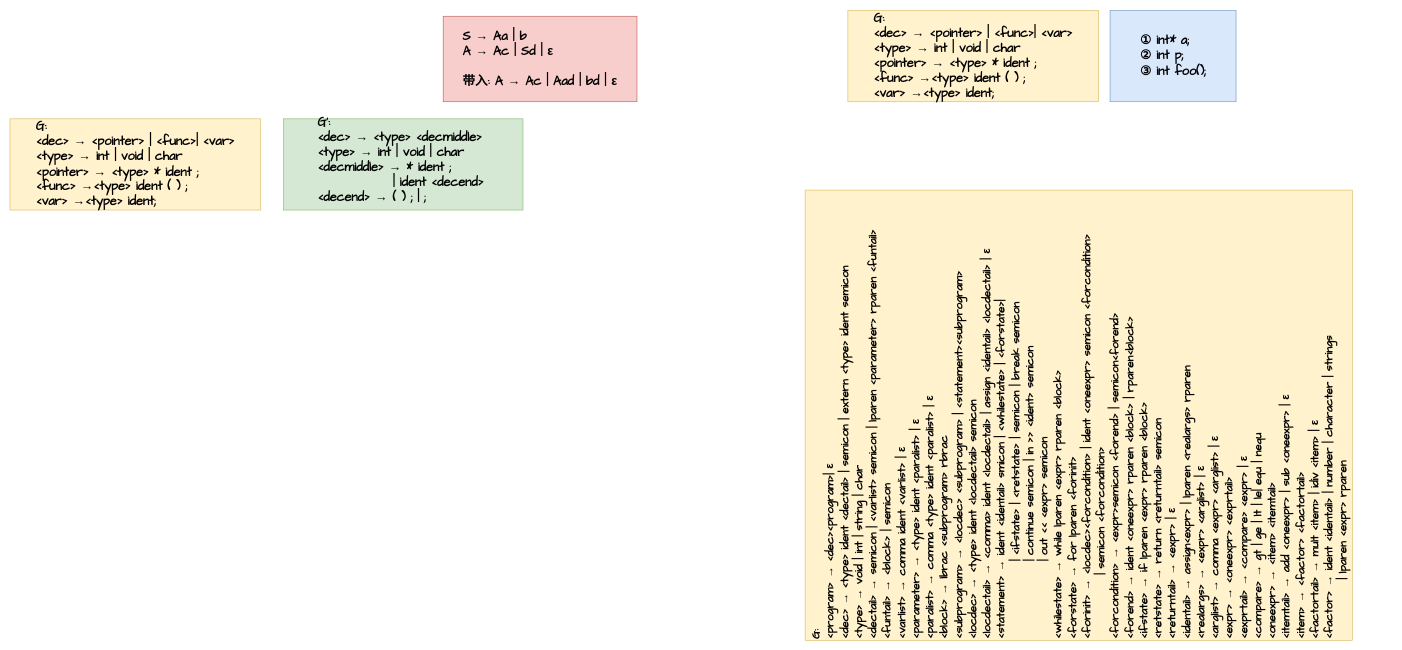
This is document/src/CFG-design.drawio from djh-sudo/tiny-C-Compiler, a draw.io file, before an edit. Source tidied: cells renumbered, new cells numbered last; positions are measured from the earlier drawing's top-left corner, leaving out a move shared by most shapes. Both pictures are drawn from the tidied source at 57%, with x=0, y=0 at pixel (10, 10).
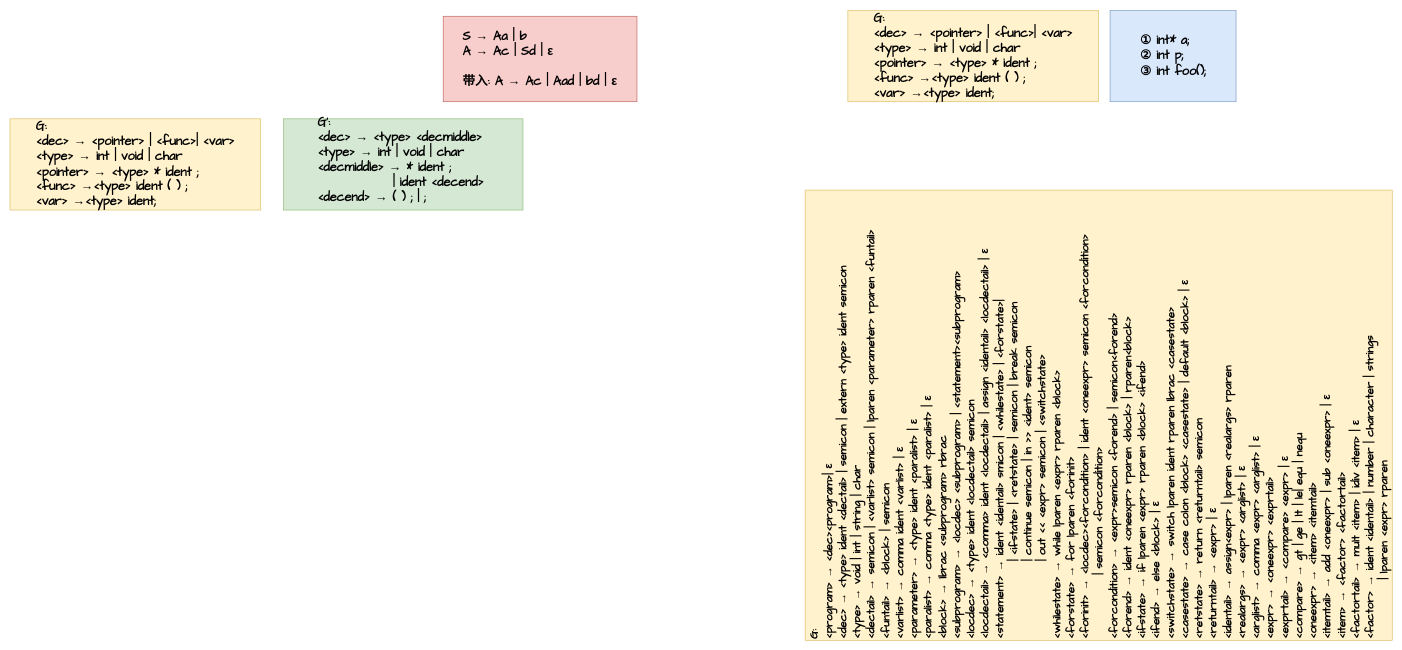
After the change.

Change to the diagram source:
```diff
@@
 <mxGraphModel>
   <root>
     <mxCell id="0" />
     <mxCell id="1" parent="0" />
     <mxCell id="2" value="&lt;div style=&quot;text-align: left&quot;&gt;&lt;b style=&quot;font-size: 22px ; font-family: &amp;#34;comic sans ms&amp;#34;&quot;&gt;① int* a;&lt;/b&gt;&lt;/div&gt;&lt;font face=&quot;Comic Sans MS&quot;&gt;&lt;div style=&quot;text-align: left&quot;&gt;&lt;b style=&quot;font-size: 22px&quot;&gt;② int p;&lt;/b&gt;&lt;/div&gt;&lt;span style=&quot;font-size: 22px&quot;&gt;&lt;div style=&quot;text-align: left&quot;&gt;&lt;b&gt;③ int foo();&lt;/b&gt;&lt;/div&gt;&lt;/span&gt;&lt;/font&gt;" style="rounded=0;whiteSpace=wrap;html=1;fillColor=#dae8fc;strokeColor=#6c8ebf;" parent="1" vertex="1">
       <mxGeometry x="1930" width="221" height="160" as="geometry" />
     </mxCell>
     <mxCell id="3" value="&lt;div style=&quot;text-align: left&quot;&gt;&lt;b&gt;&lt;font style=&quot;font-size: 22px&quot; face=&quot;Comic Sans MS&quot;&gt;G:&lt;/font&gt;&lt;/b&gt;&lt;/div&gt;&lt;b&gt;&lt;div style=&quot;text-align: left&quot;&gt;&lt;b&gt;&lt;font style=&quot;font-size: 22px&quot; face=&quot;Comic Sans MS&quot;&gt;&amp;lt;dec&amp;gt; → &amp;lt;pointer&amp;gt; | &amp;lt;func&amp;gt;| &amp;lt;var&amp;gt;&lt;/font&gt;&lt;/b&gt;&lt;/div&gt;&lt;font style=&quot;font-size: 22px&quot; face=&quot;Comic Sans MS&quot;&gt;&lt;div style=&quot;text-align: left&quot;&gt;&lt;b style=&quot;font-family: &amp;#34;helvetica&amp;#34; ; font-size: 12px&quot;&gt;&lt;font style=&quot;font-size: 22px&quot; face=&quot;Comic Sans MS&quot;&gt;&amp;lt;type&amp;gt; → int | void | char&lt;/font&gt;&lt;/b&gt;&lt;/div&gt;&lt;div style=&quot;text-align: left&quot;&gt;&lt;b style=&quot;font-family: &amp;#34;helvetica&amp;#34; ; font-size: 12px&quot;&gt;&lt;font style=&quot;font-size: 22px&quot; face=&quot;Comic Sans MS&quot;&gt;&amp;lt;pointer&amp;gt;&amp;nbsp;&lt;/font&gt;&lt;/b&gt;&lt;b style=&quot;font-family: &amp;#34;helvetica&amp;#34; ; font-size: 12px&quot;&gt;&lt;font face=&quot;Comic Sans MS&quot; style=&quot;font-size: 22px&quot;&gt;→ &amp;lt;type&amp;gt; * ident ;&lt;/font&gt;&lt;/b&gt;&lt;/div&gt;&lt;/font&gt;&lt;/b&gt;&lt;b&gt;&lt;div style=&quot;text-align: left&quot;&gt;&lt;b&gt;&lt;font style=&quot;font-size: 22px&quot; face=&quot;Comic Sans MS&quot;&gt;&amp;lt;func&amp;gt;&amp;nbsp;&lt;/font&gt;&lt;/b&gt;&lt;b&gt;&lt;font face=&quot;Comic Sans MS&quot; style=&quot;font-size: 22px&quot;&gt;→&lt;/font&gt;&lt;/b&gt;&lt;b&gt;&lt;font face=&quot;Comic Sans MS&quot; style=&quot;font-size: 22px&quot;&gt;&amp;lt;type&amp;gt;&amp;nbsp;&lt;/font&gt;&lt;/b&gt;&lt;b&gt;&lt;font face=&quot;Comic Sans MS&quot; style=&quot;font-size: 22px&quot;&gt;ident ( ) ;&lt;/font&gt;&lt;/b&gt;&lt;/div&gt;&lt;/b&gt;&lt;b&gt;&lt;div style=&quot;text-align: left&quot;&gt;&lt;b&gt;&lt;font style=&quot;font-size: 22px&quot; face=&quot;Comic Sans MS&quot;&gt;&amp;lt;var&amp;gt;&amp;nbsp;&lt;/font&gt;&lt;/b&gt;&lt;b&gt;&lt;font face=&quot;Comic Sans MS&quot; style=&quot;font-size: 22px&quot;&gt;→&lt;/font&gt;&lt;/b&gt;&lt;b&gt;&lt;font face=&quot;Comic Sans MS&quot; style=&quot;font-size: 22px&quot;&gt;&amp;lt;type&amp;gt;&amp;nbsp;&lt;/font&gt;&lt;/b&gt;&lt;b&gt;&lt;font face=&quot;Comic Sans MS&quot; style=&quot;font-size: 22px&quot;&gt;ident;&lt;/font&gt;&lt;/b&gt;&lt;/div&gt;&lt;/b&gt;" style="rounded=0;whiteSpace=wrap;html=1;fillColor=#fff2cc;strokeColor=#d6b656;" parent="1" vertex="1">
       <mxGeometry x="1470" width="440" height="160" as="geometry" />
     </mxCell>
-    <mxCell id="4" value="&lt;font style=&quot;font-size: 20px&quot;&gt;&lt;b&gt;&lt;font face=&quot;Comic Sans MS&quot; style=&quot;font-size: 20px&quot;&gt;G:&lt;br&gt;&amp;lt;program&amp;gt; → &amp;lt;dec&amp;gt;&amp;lt;program&amp;gt;| ε&lt;br&gt;&lt;/font&gt;&lt;/b&gt;&lt;b&gt;&lt;font face=&quot;Comic Sans MS&quot; style=&quot;font-size: 20px&quot;&gt;&amp;lt;dec&amp;gt;&amp;nbsp;&lt;/font&gt;&lt;/b&gt;&lt;b&gt;&lt;font face=&quot;Comic Sans MS&quot; style=&quot;font-size: 20px&quot;&gt;→ &amp;lt;type&amp;gt; ident &amp;lt;dectail&amp;gt; | semicon | extern &amp;lt;type&amp;gt; ident semicon&lt;/font&gt;&lt;/b&gt;&lt;b&gt;&lt;font face=&quot;Comic Sans MS&quot; style=&quot;font-size: 20px&quot;&gt;&lt;br&gt;&amp;lt;type&amp;gt;&amp;nbsp;&lt;/font&gt;&lt;/b&gt;&lt;b&gt;&lt;font face=&quot;Comic Sans MS&quot; style=&quot;font-size: 20px&quot;&gt;→ void | int | string | char&lt;/font&gt;&lt;/b&gt;&lt;b&gt;&lt;font face=&quot;Comic Sans MS&quot; style=&quot;font-size: 20px&quot;&gt;&lt;br&gt;&amp;lt;dectail&amp;gt;&amp;nbsp;&lt;/font&gt;&lt;/b&gt;&lt;b&gt;&lt;font face=&quot;Comic Sans MS&quot; style=&quot;font-size: 20px&quot;&gt;→ semicon | &amp;lt;varlist&amp;gt; semicon |&amp;nbsp;&lt;/font&gt;&lt;/b&gt;&lt;b&gt;&lt;font face=&quot;Comic Sans MS&quot;&gt;lparen&lt;/font&gt;&lt;/b&gt;&lt;b&gt;&lt;font face=&quot;Comic Sans MS&quot; style=&quot;font-size: 20px&quot;&gt;&amp;nbsp;&amp;lt;parameter&amp;gt;&amp;nbsp;&lt;/font&gt;&lt;/b&gt;&lt;b&gt;&lt;font face=&quot;Comic Sans MS&quot;&gt;rparen&lt;/font&gt;&lt;/b&gt;&lt;b&gt;&lt;font face=&quot;Comic Sans MS&quot; style=&quot;font-size: 20px&quot;&gt;&amp;nbsp;&amp;lt;funtail&amp;gt;&lt;br&gt;&amp;lt;funtail&amp;gt;&amp;nbsp;&lt;/font&gt;&lt;/b&gt;&lt;b&gt;&lt;font face=&quot;Comic Sans MS&quot; style=&quot;font-size: 20px&quot;&gt;→ &amp;lt;block&amp;gt; | semicon&lt;br&gt;&lt;/font&gt;&lt;/b&gt;&lt;b&gt;&lt;font face=&quot;Comic Sans MS&quot; style=&quot;font-size: 20px&quot;&gt;&amp;lt;varlist&amp;gt;&amp;nbsp;&lt;/font&gt;&lt;/b&gt;&lt;b&gt;&lt;font face=&quot;Comic Sans MS&quot; style=&quot;font-size: 20px&quot;&gt;→ comma ident &amp;lt;varlist&amp;gt; |&amp;nbsp;&lt;/font&gt;&lt;/b&gt;&lt;b&gt;&lt;font face=&quot;Comic Sans MS&quot; style=&quot;font-size: 20px&quot;&gt;ε&lt;/font&gt;&lt;/b&gt;&lt;b&gt;&lt;font face=&quot;Comic Sans MS&quot; style=&quot;font-size: 20px&quot;&gt;&lt;br&gt;&lt;/font&gt;&lt;/b&gt;&lt;b&gt;&lt;font face=&quot;Comic Sans MS&quot; style=&quot;font-size: 20px&quot;&gt;&amp;lt;parameter&amp;gt;&amp;nbsp;&lt;/font&gt;&lt;/b&gt;&lt;b&gt;&lt;font face=&quot;Comic Sans MS&quot; style=&quot;font-size: 20px&quot;&gt;→ &amp;lt;type&amp;gt; ident &amp;lt;paralist&amp;gt; |&amp;nbsp;&lt;/font&gt;&lt;/b&gt;&lt;b&gt;&lt;font face=&quot;Comic Sans MS&quot; style=&quot;font-size: 20px&quot;&gt;ε&lt;br&gt;&lt;/font&gt;&lt;/b&gt;&lt;/font&gt;&lt;b style=&quot;font-size: 20px&quot;&gt;&lt;font face=&quot;Comic Sans MS&quot; style=&quot;font-size: 20px&quot;&gt;&lt;font style=&quot;font-size: 20px&quot;&gt;&amp;lt;paralist&amp;gt; → comma &amp;lt;type&amp;gt; ident &amp;lt;paralist&amp;gt; | ε&lt;br&gt;&amp;lt;block&amp;gt; → lbrac &amp;lt;subprogram&amp;gt; rbrac&lt;br&gt;&amp;lt;subprogram&amp;gt; → &amp;lt;locdec&amp;gt; &amp;lt;subprogram&amp;gt; | &amp;lt;statement&amp;gt;&amp;lt;subprogram&amp;gt;&lt;br&gt;&amp;lt;locdec&amp;gt; → &amp;lt;type&amp;gt; ident &amp;lt;locdectail&amp;gt; semicon&lt;br&gt;&lt;/font&gt;&amp;lt;locdectail&amp;gt; → &amp;lt;comma&amp;gt; ident &amp;lt;locdectail&amp;gt; | assign &amp;lt;identail&amp;gt; &amp;lt;locdectail&amp;gt; | ε&lt;br&gt;&amp;lt;statement&amp;gt; → ident &amp;lt;identail&amp;gt; smicon | &amp;lt;whilestate&amp;gt; | &amp;lt;forstate&amp;gt;|&lt;br&gt;&amp;nbsp; &amp;nbsp; &amp;nbsp; &amp;nbsp; &amp;nbsp; &amp;nbsp; &amp;nbsp; &amp;nbsp; &amp;nbsp;| &amp;lt;ifstate&amp;gt; | &amp;lt;retstate&amp;gt; | semicon | break semicon&lt;br&gt;&amp;nbsp; &amp;nbsp; &amp;nbsp; &amp;nbsp; &amp;nbsp; &amp;nbsp; &amp;nbsp; &amp;nbsp; &amp;nbsp;| continue semicon | in &amp;gt;&amp;gt; &amp;lt;ident&amp;gt; semicon&lt;br&gt;&amp;nbsp; &amp;nbsp; &amp;nbsp; &amp;nbsp; &amp;nbsp; &amp;nbsp; &amp;nbsp; &amp;nbsp; &amp;nbsp;| out &amp;lt;&amp;lt; &amp;lt;expr&amp;gt; semicon&lt;br&gt;&amp;lt;whilestate&amp;gt; → while lparen &amp;lt;expr&amp;gt; rparen &amp;lt;block&amp;gt;&amp;nbsp;&lt;br&gt;&amp;lt;forstate&amp;gt; → for lparen &amp;lt;forinit&amp;gt;&lt;br&gt;&amp;lt;forinit&amp;gt; →&amp;nbsp;&amp;lt;locdec&amp;gt;&amp;lt;forcondition&amp;gt; | ident &amp;lt;oneexpr&amp;gt; semicon &amp;lt;forcondition&amp;gt;&lt;br&gt;&amp;nbsp; &amp;nbsp; &amp;nbsp; &amp;nbsp; &amp;nbsp; &amp;nbsp; &amp;nbsp; | semicon &amp;lt;forcondition&amp;gt;&lt;br&gt;&amp;lt;forcondition&amp;gt; → &amp;lt;expr&amp;gt;semicon &amp;lt;forend&amp;gt; | semicon&amp;lt;forend&amp;gt;&lt;br&gt;&amp;lt;forend&amp;gt; → ident &amp;lt;oneexpr&amp;gt; rparen &amp;lt;block&amp;gt; | rparen&amp;lt;block&amp;gt;&lt;br&gt;&amp;lt;ifstate&amp;gt; → if lparen &amp;lt;expr&amp;gt; rparen &amp;lt;block&amp;gt;&lt;br&gt;&amp;lt;retstate&amp;gt; → return &amp;lt;returntail&amp;gt; semicon&lt;br&gt;&amp;lt;returntail&amp;gt; → &amp;lt;expr&amp;gt; | ε&lt;br&gt;&amp;lt;identail&amp;gt; → assign&amp;lt;expr&amp;gt; | lparen &amp;lt;realargs&amp;gt; rparen&lt;br&gt;&amp;lt;realargs&amp;gt; → &amp;lt;expr&amp;gt; &amp;lt;arglist&amp;gt; | ε&lt;br&gt;&amp;lt;arglist&amp;gt; → comma &amp;lt;expr&amp;gt; &amp;lt;arglist&amp;gt; | ε&lt;br&gt;&amp;lt;expr&amp;gt; → &amp;lt;oneexpr&amp;gt; &amp;lt;exprtail&amp;gt;&lt;br&gt;&amp;lt;exprtail&amp;gt; → &amp;lt;compare&amp;gt; &amp;lt;expr&amp;gt; | ε&lt;br&gt;&amp;lt;compare&amp;gt; → gt | ge | lt | le| equ | nequ&lt;br&gt;&amp;lt;oneexpr&amp;gt; → &amp;lt;item&amp;gt; &amp;lt;itemtail&amp;gt;&lt;br&gt;&amp;lt;itemtail&amp;gt; → add &amp;lt;oneexpr&amp;gt; | sub &amp;lt;oneexpr&amp;gt; | ε&lt;br&gt;&amp;lt;item&amp;gt; → &amp;lt;factor&amp;gt; &amp;lt;factortail&amp;gt;&lt;br&gt;&amp;lt;factortail&amp;gt; → mult &amp;lt;item&amp;gt; | idiv &amp;lt;item&amp;gt; | ε&lt;br&gt;&amp;lt;factor&amp;gt; → ident &amp;lt;identail&amp;gt; | number | character | strings&lt;br&gt;&amp;nbsp; &amp;nbsp; &amp;nbsp; &amp;nbsp; &amp;nbsp; &amp;nbsp; &amp;nbsp;| lparen &amp;lt;expr&amp;gt; rparen&lt;br&gt;&lt;/font&gt;&lt;/b&gt;" style="rounded=0;whiteSpace=wrap;html=1;align=left;fillColor=#fff2cc;strokeColor=#d6b656;rotation=-90;" parent="1" vertex="1">
-      <mxGeometry x="1480" y="230" width="790" height="960" as="geometry" />
+    <mxCell id="4" value="&lt;font style=&quot;font-size: 20px&quot;&gt;&lt;b&gt;&lt;font face=&quot;Comic Sans MS&quot; style=&quot;font-size: 20px&quot;&gt;G:&lt;br&gt;&amp;lt;program&amp;gt; → &amp;lt;dec&amp;gt;&amp;lt;program&amp;gt;| ε&lt;br&gt;&lt;/font&gt;&lt;/b&gt;&lt;b&gt;&lt;font face=&quot;Comic Sans MS&quot; style=&quot;font-size: 20px&quot;&gt;&amp;lt;dec&amp;gt;&amp;nbsp;&lt;/font&gt;&lt;/b&gt;&lt;b&gt;&lt;font face=&quot;Comic Sans MS&quot; style=&quot;font-size: 20px&quot;&gt;→ &amp;lt;type&amp;gt; ident &amp;lt;dectail&amp;gt; | semicon | extern &amp;lt;type&amp;gt; ident semicon&lt;/font&gt;&lt;/b&gt;&lt;b&gt;&lt;font face=&quot;Comic Sans MS&quot; style=&quot;font-size: 20px&quot;&gt;&lt;br&gt;&amp;lt;type&amp;gt;&amp;nbsp;&lt;/font&gt;&lt;/b&gt;&lt;b&gt;&lt;font face=&quot;Comic Sans MS&quot; style=&quot;font-size: 20px&quot;&gt;→ void | int | string | char&lt;/font&gt;&lt;/b&gt;&lt;b&gt;&lt;font face=&quot;Comic Sans MS&quot; style=&quot;font-size: 20px&quot;&gt;&lt;br&gt;&amp;lt;dectail&amp;gt;&amp;nbsp;&lt;/font&gt;&lt;/b&gt;&lt;b&gt;&lt;font face=&quot;Comic Sans MS&quot; style=&quot;font-size: 20px&quot;&gt;→ semicon | &amp;lt;varlist&amp;gt; semicon |&amp;nbsp;&lt;/font&gt;&lt;/b&gt;&lt;b&gt;&lt;font face=&quot;Comic Sans MS&quot;&gt;lparen&lt;/font&gt;&lt;/b&gt;&lt;b&gt;&lt;font face=&quot;Comic Sans MS&quot; style=&quot;font-size: 20px&quot;&gt;&amp;nbsp;&amp;lt;parameter&amp;gt;&amp;nbsp;&lt;/font&gt;&lt;/b&gt;&lt;b&gt;&lt;font face=&quot;Comic Sans MS&quot;&gt;rparen&lt;/font&gt;&lt;/b&gt;&lt;b&gt;&lt;font face=&quot;Comic Sans MS&quot; style=&quot;font-size: 20px&quot;&gt;&amp;nbsp;&amp;lt;funtail&amp;gt;&lt;br&gt;&amp;lt;funtail&amp;gt;&amp;nbsp;&lt;/font&gt;&lt;/b&gt;&lt;b&gt;&lt;font face=&quot;Comic Sans MS&quot; style=&quot;font-size: 20px&quot;&gt;→ &amp;lt;block&amp;gt; | semicon&lt;br&gt;&lt;/font&gt;&lt;/b&gt;&lt;b&gt;&lt;font face=&quot;Comic Sans MS&quot; style=&quot;font-size: 20px&quot;&gt;&amp;lt;varlist&amp;gt;&amp;nbsp;&lt;/font&gt;&lt;/b&gt;&lt;b&gt;&lt;font face=&quot;Comic Sans MS&quot; style=&quot;font-size: 20px&quot;&gt;→ comma ident &amp;lt;varlist&amp;gt; |&amp;nbsp;&lt;/font&gt;&lt;/b&gt;&lt;b&gt;&lt;font face=&quot;Comic Sans MS&quot; style=&quot;font-size: 20px&quot;&gt;ε&lt;/font&gt;&lt;/b&gt;&lt;b&gt;&lt;font face=&quot;Comic Sans MS&quot; style=&quot;font-size: 20px&quot;&gt;&lt;br&gt;&lt;/font&gt;&lt;/b&gt;&lt;b&gt;&lt;font face=&quot;Comic Sans MS&quot; style=&quot;font-size: 20px&quot;&gt;&amp;lt;parameter&amp;gt;&amp;nbsp;&lt;/font&gt;&lt;/b&gt;&lt;b&gt;&lt;font face=&quot;Comic Sans MS&quot; style=&quot;font-size: 20px&quot;&gt;→ &amp;lt;type&amp;gt; ident &amp;lt;paralist&amp;gt; |&amp;nbsp;&lt;/font&gt;&lt;/b&gt;&lt;b&gt;&lt;font face=&quot;Comic Sans MS&quot; style=&quot;font-size: 20px&quot;&gt;ε&lt;br&gt;&lt;/font&gt;&lt;/b&gt;&lt;/font&gt;&lt;b style=&quot;font-size: 20px&quot;&gt;&lt;font face=&quot;Comic Sans MS&quot; style=&quot;font-size: 20px&quot;&gt;&lt;font style=&quot;font-size: 20px&quot;&gt;&amp;lt;paralist&amp;gt; → comma &amp;lt;type&amp;gt; ident &amp;lt;paralist&amp;gt; | ε&lt;br&gt;&amp;lt;block&amp;gt; → lbrac &amp;lt;subprogram&amp;gt; rbrac&lt;br&gt;&amp;lt;subprogram&amp;gt; → &amp;lt;locdec&amp;gt; &amp;lt;subprogram&amp;gt; | &amp;lt;statement&amp;gt;&amp;lt;subprogram&amp;gt;&lt;br&gt;&amp;lt;locdec&amp;gt; → &amp;lt;type&amp;gt; ident &amp;lt;locdectail&amp;gt; semicon&lt;br&gt;&lt;/font&gt;&amp;lt;locdectail&amp;gt; → &amp;lt;comma&amp;gt; ident &amp;lt;locdectail&amp;gt; | assign &amp;lt;identail&amp;gt; &amp;lt;locdectail&amp;gt; | ε&lt;br&gt;&amp;lt;statement&amp;gt; → ident &amp;lt;identail&amp;gt; smicon | &amp;lt;whilestate&amp;gt; | &amp;lt;forstate&amp;gt;|&lt;br&gt;&amp;nbsp; &amp;nbsp; &amp;nbsp; &amp;nbsp; &amp;nbsp; &amp;nbsp; &amp;nbsp; &amp;nbsp; &amp;nbsp;| &amp;lt;ifstate&amp;gt; | &amp;lt;retstate&amp;gt; | semicon | break semicon&lt;br&gt;&amp;nbsp; &amp;nbsp; &amp;nbsp; &amp;nbsp; &amp;nbsp; &amp;nbsp; &amp;nbsp; &amp;nbsp; &amp;nbsp;| continue semicon | in &amp;gt;&amp;gt; &amp;lt;ident&amp;gt; semicon&lt;br&gt;&amp;nbsp; &amp;nbsp; &amp;nbsp; &amp;nbsp; &amp;nbsp; &amp;nbsp; &amp;nbsp; &amp;nbsp; &amp;nbsp;| out &amp;lt;&amp;lt; &amp;lt;expr&amp;gt; semicon | &amp;lt;switchstate&amp;gt;&amp;nbsp;&lt;br&gt;&amp;lt;whilestate&amp;gt; → while lparen &amp;lt;expr&amp;gt; rparen &amp;lt;block&amp;gt;&amp;nbsp;&lt;br&gt;&amp;lt;forstate&amp;gt; → for lparen &amp;lt;forinit&amp;gt;&lt;br&gt;&amp;lt;forinit&amp;gt; →&amp;nbsp;&amp;lt;locdec&amp;gt;&amp;lt;forcondition&amp;gt; | ident &amp;lt;oneexpr&amp;gt; semicon &amp;lt;forcondition&amp;gt;&lt;br&gt;&amp;nbsp; &amp;nbsp; &amp;nbsp; &amp;nbsp; &amp;nbsp; &amp;nbsp; &amp;nbsp; | semicon &amp;lt;forcondition&amp;gt;&lt;br&gt;&amp;lt;forcondition&amp;gt; → &amp;lt;expr&amp;gt;semicon &amp;lt;forend&amp;gt; | semicon&amp;lt;forend&amp;gt;&lt;br&gt;&amp;lt;forend&amp;gt; → ident &amp;lt;oneexpr&amp;gt; rparen &amp;lt;block&amp;gt; | rparen&amp;lt;block&amp;gt;&lt;br&gt;&amp;lt;ifstate&amp;gt; → if lparen &amp;lt;expr&amp;gt; rparen &amp;lt;block&amp;gt; &amp;lt;ifend&amp;gt;&lt;br&gt;&amp;lt;ifend&amp;gt; → else &amp;lt;block&amp;gt; | ε&lt;br&gt;&amp;lt;switchstate&amp;gt; → switch lparen ident rparen lbrac &amp;lt;casestate&amp;gt;&lt;br&gt;&amp;lt;casestate&amp;gt; → case colon &amp;lt;block&amp;gt; &amp;lt;casestate&amp;gt; | default &amp;lt;block&amp;gt; | ε&lt;br&gt;&amp;lt;retstate&amp;gt; → return &amp;lt;returntail&amp;gt; semicon&lt;br&gt;&amp;lt;returntail&amp;gt; → &amp;lt;expr&amp;gt; | ε&lt;br&gt;&amp;lt;identail&amp;gt; → assign&amp;lt;expr&amp;gt; | lparen &amp;lt;realargs&amp;gt; rparen&lt;br&gt;&amp;lt;realargs&amp;gt; → &amp;lt;expr&amp;gt; &amp;lt;arglist&amp;gt; | ε&lt;br&gt;&amp;lt;arglist&amp;gt; → comma &amp;lt;expr&amp;gt; &amp;lt;arglist&amp;gt; | ε&lt;br&gt;&amp;lt;expr&amp;gt; → &amp;lt;oneexpr&amp;gt; &amp;lt;exprtail&amp;gt;&lt;br&gt;&amp;lt;exprtail&amp;gt; → &amp;lt;compare&amp;gt; &amp;lt;expr&amp;gt; | ε&lt;br&gt;&amp;lt;compare&amp;gt; → gt | ge | lt | le| equ | nequ&lt;br&gt;&amp;lt;oneexpr&amp;gt; → &amp;lt;item&amp;gt; &amp;lt;itemtail&amp;gt;&lt;br&gt;&amp;lt;itemtail&amp;gt; → add &amp;lt;oneexpr&amp;gt; | sub &amp;lt;oneexpr&amp;gt; | ε&lt;br&gt;&amp;lt;item&amp;gt; → &amp;lt;factor&amp;gt; &amp;lt;factortail&amp;gt;&lt;br&gt;&amp;lt;factortail&amp;gt; → mult &amp;lt;item&amp;gt; | idiv &amp;lt;item&amp;gt; | ε&lt;br&gt;&amp;lt;factor&amp;gt; → ident &amp;lt;identail&amp;gt; | number | character | strings&lt;br&gt;&amp;nbsp; &amp;nbsp; &amp;nbsp; &amp;nbsp; &amp;nbsp; &amp;nbsp; &amp;nbsp;| lparen &amp;lt;expr&amp;gt; rparen&lt;br&gt;&lt;/font&gt;&lt;/b&gt;" style="rounded=0;whiteSpace=wrap;html=1;align=left;fillColor=#fff2cc;strokeColor=#d6b656;rotation=-90;" parent="1" vertex="1">
+      <mxGeometry x="1515" y="195" width="790" height="1030" as="geometry" />
     </mxCell>
     <mxCell id="5" value="&lt;div style=&quot;text-align: left&quot;&gt;&lt;b&gt;&lt;font style=&quot;font-size: 22px&quot; face=&quot;Comic Sans MS&quot;&gt;S&amp;nbsp;&lt;/font&gt;&lt;/b&gt;&lt;b&gt;&lt;font face=&quot;Comic Sans MS&quot; style=&quot;font-size: 22px&quot;&gt;→ Aa | b&lt;/font&gt;&lt;/b&gt;&lt;/div&gt;&lt;b&gt;&lt;div style=&quot;text-align: left&quot;&gt;&lt;b&gt;&lt;font face=&quot;Comic Sans MS&quot; style=&quot;font-size: 22px&quot;&gt;A → Ac | Sd | ε&lt;/font&gt;&lt;/b&gt;&lt;/div&gt;&lt;div style=&quot;text-align: left&quot;&gt;&lt;b&gt;&lt;font face=&quot;Comic Sans MS&quot; style=&quot;font-size: 22px&quot;&gt;&lt;br&gt;&lt;/font&gt;&lt;/b&gt;&lt;/div&gt;&lt;font face=&quot;Comic Sans MS&quot; style=&quot;font-size: 22px&quot;&gt;&lt;div style=&quot;text-align: left&quot;&gt;&lt;b style=&quot;font-family: &amp;#34;helvetica&amp;#34; ; font-size: 12px&quot;&gt;&lt;font face=&quot;Comic Sans MS&quot; style=&quot;font-size: 22px&quot;&gt;带入: A → Ac | Aad | bd | ε&lt;/font&gt;&lt;/b&gt;&lt;/div&gt;&lt;/font&gt;&lt;/b&gt;" style="rounded=0;whiteSpace=wrap;html=1;fillColor=#f8cecc;strokeColor=#b85450;" parent="1" vertex="1">
       <mxGeometry x="760" y="10" width="340" height="150" as="geometry" />
     </mxCell>
     <mxCell id="6" value="&lt;div style=&quot;text-align: left&quot;&gt;&lt;b&gt;&lt;font style=&quot;font-size: 22px&quot; face=&quot;Comic Sans MS&quot;&gt;G:&lt;/font&gt;&lt;/b&gt;&lt;/div&gt;&lt;b&gt;&lt;div style=&quot;text-align: left&quot;&gt;&lt;b&gt;&lt;font style=&quot;font-size: 22px&quot; face=&quot;Comic Sans MS&quot;&gt;&amp;lt;dec&amp;gt; → &amp;lt;pointer&amp;gt; | &amp;lt;func&amp;gt;| &amp;lt;var&amp;gt;&lt;/font&gt;&lt;/b&gt;&lt;/div&gt;&lt;font style=&quot;font-size: 22px&quot; face=&quot;Comic Sans MS&quot;&gt;&lt;div style=&quot;text-align: left&quot;&gt;&lt;b style=&quot;font-family: &amp;#34;helvetica&amp;#34; ; font-size: 12px&quot;&gt;&lt;font style=&quot;font-size: 22px&quot; face=&quot;Comic Sans MS&quot;&gt;&amp;lt;type&amp;gt; → int | void | char&lt;/font&gt;&lt;/b&gt;&lt;/div&gt;&lt;div style=&quot;text-align: left&quot;&gt;&lt;b style=&quot;font-family: &amp;#34;helvetica&amp;#34; ; font-size: 12px&quot;&gt;&lt;font style=&quot;font-size: 22px&quot; face=&quot;Comic Sans MS&quot;&gt;&amp;lt;pointer&amp;gt;&amp;nbsp;&lt;/font&gt;&lt;/b&gt;&lt;b style=&quot;font-family: &amp;#34;helvetica&amp;#34; ; font-size: 12px&quot;&gt;&lt;font face=&quot;Comic Sans MS&quot; style=&quot;font-size: 22px&quot;&gt;→ &amp;lt;type&amp;gt; * ident ;&lt;/font&gt;&lt;/b&gt;&lt;/div&gt;&lt;/font&gt;&lt;/b&gt;&lt;b&gt;&lt;div style=&quot;text-align: left&quot;&gt;&lt;b&gt;&lt;font style=&quot;font-size: 22px&quot; face=&quot;Comic Sans MS&quot;&gt;&amp;lt;func&amp;gt;&amp;nbsp;&lt;/font&gt;&lt;/b&gt;&lt;b&gt;&lt;font face=&quot;Comic Sans MS&quot; style=&quot;font-size: 22px&quot;&gt;→&lt;/font&gt;&lt;/b&gt;&lt;b&gt;&lt;font face=&quot;Comic Sans MS&quot; style=&quot;font-size: 22px&quot;&gt;&amp;lt;type&amp;gt;&amp;nbsp;&lt;/font&gt;&lt;/b&gt;&lt;b&gt;&lt;font face=&quot;Comic Sans MS&quot; style=&quot;font-size: 22px&quot;&gt;ident ( ) ;&lt;/font&gt;&lt;/b&gt;&lt;/div&gt;&lt;/b&gt;&lt;b&gt;&lt;div style=&quot;text-align: left&quot;&gt;&lt;b&gt;&lt;font style=&quot;font-size: 22px&quot; face=&quot;Comic Sans MS&quot;&gt;&amp;lt;var&amp;gt;&amp;nbsp;&lt;/font&gt;&lt;/b&gt;&lt;b&gt;&lt;font face=&quot;Comic Sans MS&quot; style=&quot;font-size: 22px&quot;&gt;→&lt;/font&gt;&lt;/b&gt;&lt;b&gt;&lt;font face=&quot;Comic Sans MS&quot; style=&quot;font-size: 22px&quot;&gt;&amp;lt;type&amp;gt;&amp;nbsp;&lt;/font&gt;&lt;/b&gt;&lt;b&gt;&lt;font face=&quot;Comic Sans MS&quot; style=&quot;font-size: 22px&quot;&gt;ident;&lt;/font&gt;&lt;/b&gt;&lt;/div&gt;&lt;/b&gt;" style="rounded=0;whiteSpace=wrap;html=1;fillColor=#fff2cc;strokeColor=#d6b656;" parent="1" vertex="1">
       <mxGeometry y="190" width="440" height="160" as="geometry" />
     </mxCell>
     <mxCell id="7" value="&lt;div style=&quot;text-align: left&quot;&gt;&lt;b&gt;&lt;font style=&quot;font-size: 22px&quot; face=&quot;Comic Sans MS&quot;&gt;G‘:&lt;/font&gt;&lt;/b&gt;&lt;/div&gt;&lt;b&gt;&lt;div style=&quot;text-align: left&quot;&gt;&lt;b&gt;&lt;font style=&quot;font-size: 22px&quot; face=&quot;Comic Sans MS&quot;&gt;&amp;lt;dec&amp;gt; → &amp;lt;type&amp;gt; &amp;lt;decmiddle&amp;gt;&lt;/font&gt;&lt;/b&gt;&lt;/div&gt;&lt;font style=&quot;font-size: 22px&quot; face=&quot;Comic Sans MS&quot;&gt;&lt;div style=&quot;text-align: left&quot;&gt;&lt;b style=&quot;font-family: &amp;#34;helvetica&amp;#34; ; font-size: 12px&quot;&gt;&lt;font style=&quot;font-size: 22px&quot; face=&quot;Comic Sans MS&quot;&gt;&amp;lt;type&amp;gt; → int | void | char&lt;/font&gt;&lt;/b&gt;&lt;/div&gt;&lt;div style=&quot;text-align: left&quot;&gt;&lt;b style=&quot;font-family: &amp;#34;helvetica&amp;#34; ; font-size: 12px&quot;&gt;&lt;font style=&quot;font-size: 22px&quot; face=&quot;Comic Sans MS&quot;&gt;&amp;lt;decmiddle&amp;gt; → * ident ;&amp;nbsp;&lt;/font&gt;&lt;/b&gt;&lt;/div&gt;&lt;div style=&quot;text-align: left&quot;&gt;&lt;b style=&quot;font-family: &amp;#34;helvetica&amp;#34; ; font-size: 12px&quot;&gt;&lt;font style=&quot;font-size: 22px&quot; face=&quot;Comic Sans MS&quot;&gt;&amp;nbsp; &amp;nbsp; &amp;nbsp; &amp;nbsp; &amp;nbsp; &amp;nbsp; &amp;nbsp; &amp;nbsp;| ident &amp;lt;decend&amp;gt;&amp;nbsp;&lt;/font&gt;&lt;/b&gt;&lt;/div&gt;&lt;div style=&quot;text-align: left&quot;&gt;&amp;lt;decend&amp;gt; → ( ) ; | ;&amp;nbsp;&lt;/div&gt;&lt;/font&gt;&lt;/b&gt;&lt;b&gt;&lt;div style=&quot;text-align: left&quot;&gt;&lt;br&gt;&lt;/div&gt;&lt;/b&gt;" style="rounded=0;whiteSpace=wrap;html=1;fillColor=#d5e8d4;strokeColor=#82b366;" parent="1" vertex="1">
       <mxGeometry x="480" y="190" width="420" height="160" as="geometry" />
     </mxCell>
   </root>
 </mxGraphModel>
```
